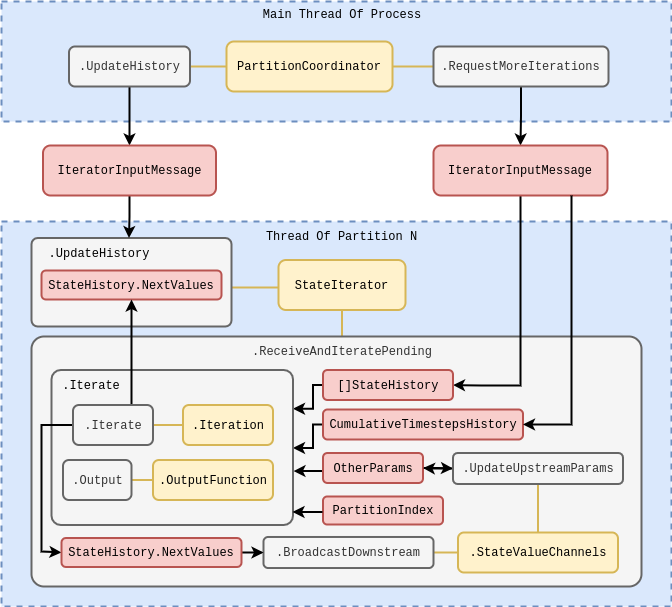
umbralcalc/umbralcalc.github.io keeps this draw.io diagram as assets/stochadexI/stochadexI-stochadex-loop.drawio.png. Above is the earlier version. Source tidied: cells renumbered, new cells last; positions are measured from the earlier drawing's top-left corner, leaving out a move shared by most shapes.
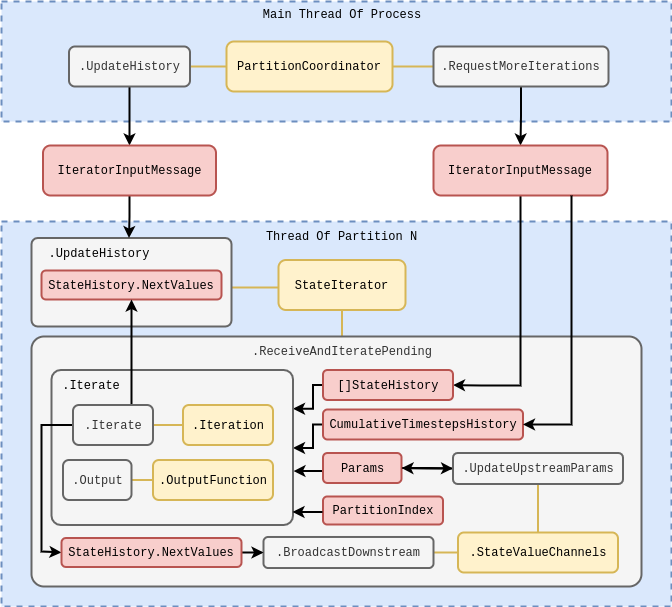
Above is the later version.

Change to the diagram source:
```diff
@@ -112,8 +112,8 @@
     <mxCell id="30" style="edgeStyle=orthogonalEdgeStyle;rounded=0;jettySize=auto;html=1;strokeWidth=2;" parent="1" edge="1" source="31" target="36">
       <mxGeometry relative="1" as="geometry" />
     </mxCell>
-    <mxCell id="31" value="&lt;font face=&quot;Courier New&quot;&gt;OtherParams&lt;/font&gt;" style="rounded=1;whiteSpace=wrap;html=1;fillColor=#f8cecc;strokeColor=#b85450;strokeWidth=2;" parent="1" vertex="1">
-      <mxGeometry x="321.5" y="451.5" width="100" height="30" as="geometry" />
+    <mxCell id="31" value="&lt;font face=&quot;Courier New&quot;&gt;Params&lt;/font&gt;" style="rounded=1;whiteSpace=wrap;html=1;fillColor=#f8cecc;strokeColor=#b85450;strokeWidth=2;" parent="1" vertex="1">
+      <mxGeometry x="321.5" y="451.5" width="78.5" height="30" as="geometry" />
     </mxCell>
     <mxCell id="32" style="edgeStyle=orthogonalEdgeStyle;rounded=0;jettySize=auto;html=1;entryX=1;entryY=0.5;entryDx=0;entryDy=0;strokeWidth=2;" parent="1" edge="1" source="36" target="31">
       <mxGeometry relative="1" as="geometry" />
```
